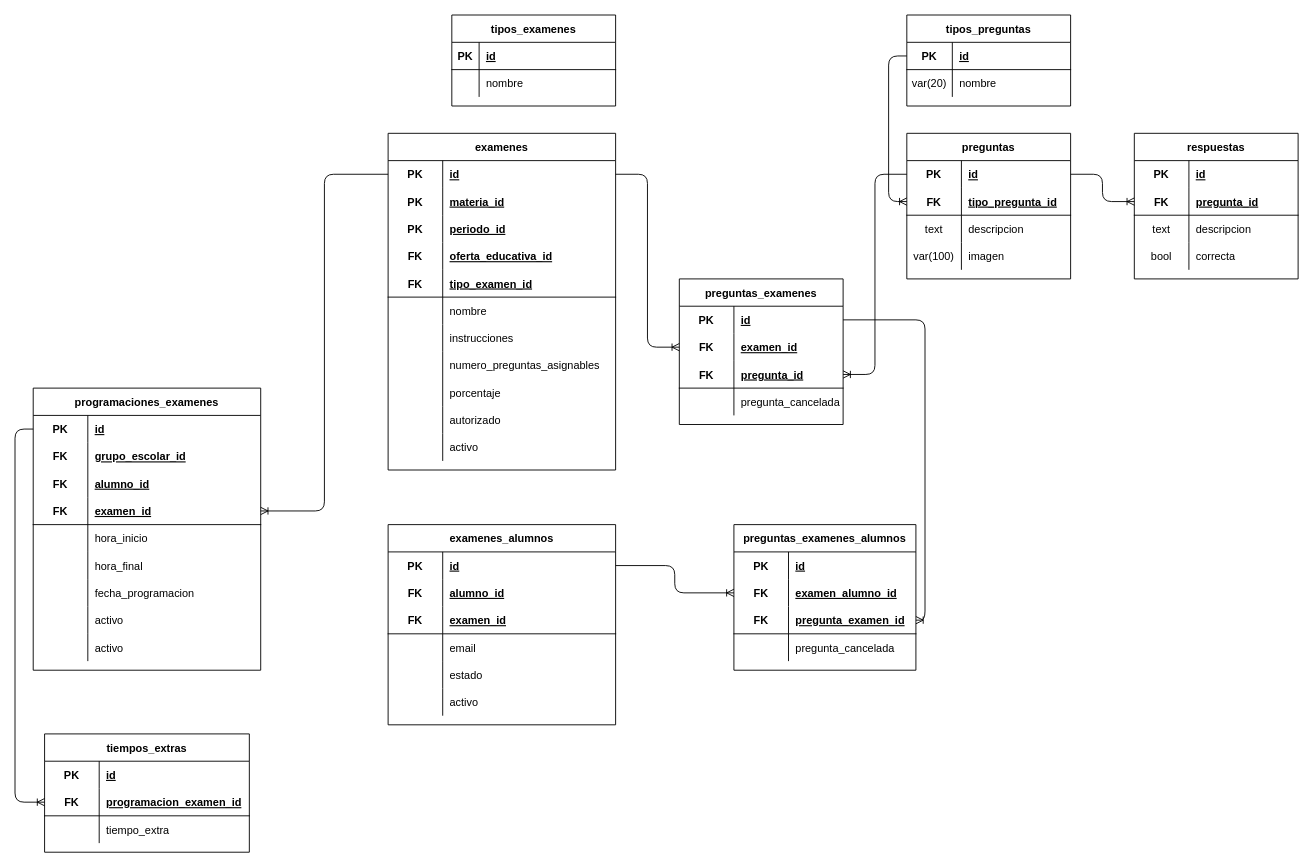
This is examenes/examenes.drawio from Carlos-Angel/database-escolar, a draw.io file, before an edit. Source tidied: cells renumbered, new cells numbered last; positions are measured from the earlier drawing's top-left corner, leaving out a move shared by most shapes. Both pictures are drawn from the tidied source at 91%, with x=0, y=0 at pixel (15, 15).
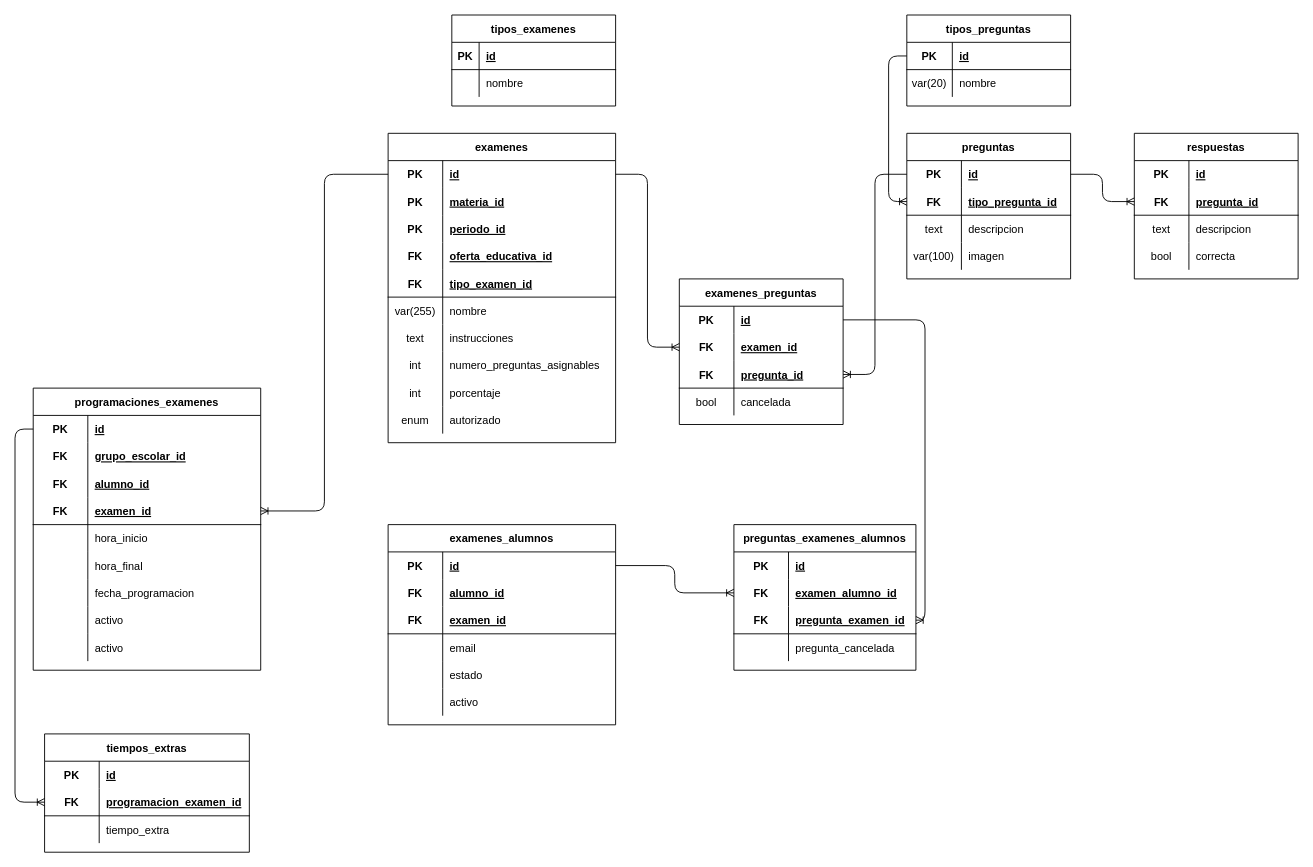
Above is the later version.

Commit message:
refactor(examenes): definición de atributos de las tablas examenes y examenes_preguntas

Unchanged cells that the change refers to:
```xml
<mxCell id="53" style="shape=partialRectangle;fillColor=none;top=0;left=0;bottom=0;right=0;" parent="37" vertex="1">
  <mxGeometry y="180" width="250" height="30" as="geometry" />
</mxCell>
<mxCell id="56" style="shape=partialRectangle;fillColor=none;top=0;left=0;bottom=0;right=0;" parent="37" vertex="1">
  <mxGeometry y="210" width="250" height="30" as="geometry" />
</mxCell>
<mxCell id="59" style="shape=partialRectangle;fillColor=none;top=0;left=0;bottom=0;right=0;" parent="37" vertex="1">
  <mxGeometry y="240" width="250" height="30" as="geometry" />
</mxCell>
<mxCell id="62" style="shape=partialRectangle;fillColor=none;top=0;left=0;bottom=0;right=0;" parent="37" vertex="1">
  <mxGeometry y="270" width="250" height="30" as="geometry" />
</mxCell>
<mxCell id="65" style="shape=partialRectangle;fillColor=none;top=0;left=0;bottom=0;right=0;" parent="37" vertex="1">
  <mxGeometry y="300" width="250" height="30" as="geometry" />
</mxCell>
<mxCell id="88" style="shape=partialRectangle;fillColor=none;top=0;left=0;bottom=0;right=0;" parent="78" vertex="1">
  <mxGeometry y="120" width="180" height="30" as="geometry" />
</mxCell>
```

What changed in the source:
```diff
@@
     <mxCell id="37" value="examenes" style="shape=table;startSize=30;childLayout=tableLayout;rowLines=0;fontStyle=1;align=center;" parent="1" vertex="1">
-      <mxGeometry x="410" y="130" width="250" height="370" as="geometry" />
+      <mxGeometry x="410" y="130" width="250" height="340" as="geometry" />
     </mxCell>
@@
-    <mxCell id="54" style="shape=partialRectangle;fillColor=none;top=0;left=0;bottom=0;right=0;overflow=hidden;" parent="53" vertex="1">
+    <mxCell id="54" value="var(255)" style="shape=partialRectangle;fillColor=none;top=0;left=0;bottom=0;right=0;overflow=hidden;" parent="53" vertex="1">
       <mxGeometry width="60" height="30" as="geometry" />
     </mxCell>
@@
-    <mxCell id="57" style="shape=partialRectangle;fillColor=none;top=0;left=0;bottom=0;right=0;overflow=hidden;" parent="56" vertex="1">
+    <mxCell id="57" value="text" style="shape=partialRectangle;fillColor=none;top=0;left=0;bottom=0;right=0;overflow=hidden;" parent="56" vertex="1">
       <mxGeometry width="60" height="30" as="geometry" />
     </mxCell>
@@
-    <mxCell id="60" style="shape=partialRectangle;fillColor=none;top=0;left=0;bottom=0;right=0;overflow=hidden;" parent="59" vertex="1">
+    <mxCell id="60" value="int" style="shape=partialRectangle;fillColor=none;top=0;left=0;bottom=0;right=0;overflow=hidden;" parent="59" vertex="1">
       <mxGeometry width="60" height="30" as="geometry" />
     </mxCell>
@@
-    <mxCell id="63" style="shape=partialRectangle;fillColor=none;top=0;left=0;bottom=0;right=0;overflow=hidden;" parent="62" vertex="1">
+    <mxCell id="63" value="int" style="shape=partialRectangle;fillColor=none;top=0;left=0;bottom=0;right=0;overflow=hidden;" parent="62" vertex="1">
       <mxGeometry width="60" height="30" as="geometry" />
     </mxCell>
@@
-    <mxCell id="66" style="shape=partialRectangle;fillColor=none;top=0;left=0;bottom=0;right=0;overflow=hidden;" parent="65" vertex="1">
+    <mxCell id="66" value="enum" style="shape=partialRectangle;fillColor=none;top=0;left=0;bottom=0;right=0;overflow=hidden;" parent="65" vertex="1">
       <mxGeometry width="60" height="30" as="geometry" />
     </mxCell>
@@
-    <mxCell id="68" style="shape=partialRectangle;fillColor=none;top=0;left=0;bottom=0;right=0;" parent="37" vertex="1">
-      <mxGeometry y="330" width="250" height="30" as="geometry" />
-    </mxCell>
-    <mxCell id="69" style="shape=partialRectangle;fillColor=none;top=0;left=0;bottom=0;right=0;overflow=hidden;" parent="68" vertex="1">
-      <mxGeometry width="60" height="30" as="geometry" />
-    </mxCell>
-    <mxCell id="70" value="activo" style="shape=partialRectangle;fillColor=none;top=0;left=0;bottom=0;right=0;align=left;spacingLeft=6;overflow=hidden;" parent="68" vertex="1">
-      <mxGeometry x="60" width="190" height="30" as="geometry" />
-    </mxCell>
@@
-    <mxCell id="78" value="preguntas_examenes" style="shape=table;startSize=30;childLayout=tableLayout;rowLines=0;fontStyle=1;align=center;" parent="1" vertex="1">
+    <mxCell id="78" value="examenes_preguntas" style="shape=table;startSize=30;childLayout=tableLayout;rowLines=0;fontStyle=1;align=center;" parent="1" vertex="1">
       <mxGeometry x="730" y="290" width="180" height="160" as="geometry" />
     </mxCell>
@@
-    <mxCell id="89" style="shape=partialRectangle;fillColor=none;top=0;left=0;bottom=0;right=0;overflow=hidden;" parent="88" vertex="1">
+    <mxCell id="89" value="bool" style="shape=partialRectangle;fillColor=none;top=0;left=0;bottom=0;right=0;overflow=hidden;" parent="88" vertex="1">
       <mxGeometry width="60" height="30" as="geometry" />
     </mxCell>
-    <mxCell id="90" value="pregunta_cancelada" style="shape=partialRectangle;fillColor=none;top=0;left=0;bottom=0;right=0;align=left;spacingLeft=6;overflow=hidden;" parent="88" vertex="1">
+    <mxCell id="90" value="cancelada" style="shape=partialRectangle;fillColor=none;top=0;left=0;bottom=0;right=0;align=left;spacingLeft=6;overflow=hidden;" parent="88" vertex="1">
       <mxGeometry x="60" width="120" height="30" as="geometry" />
     </mxCell>
```
